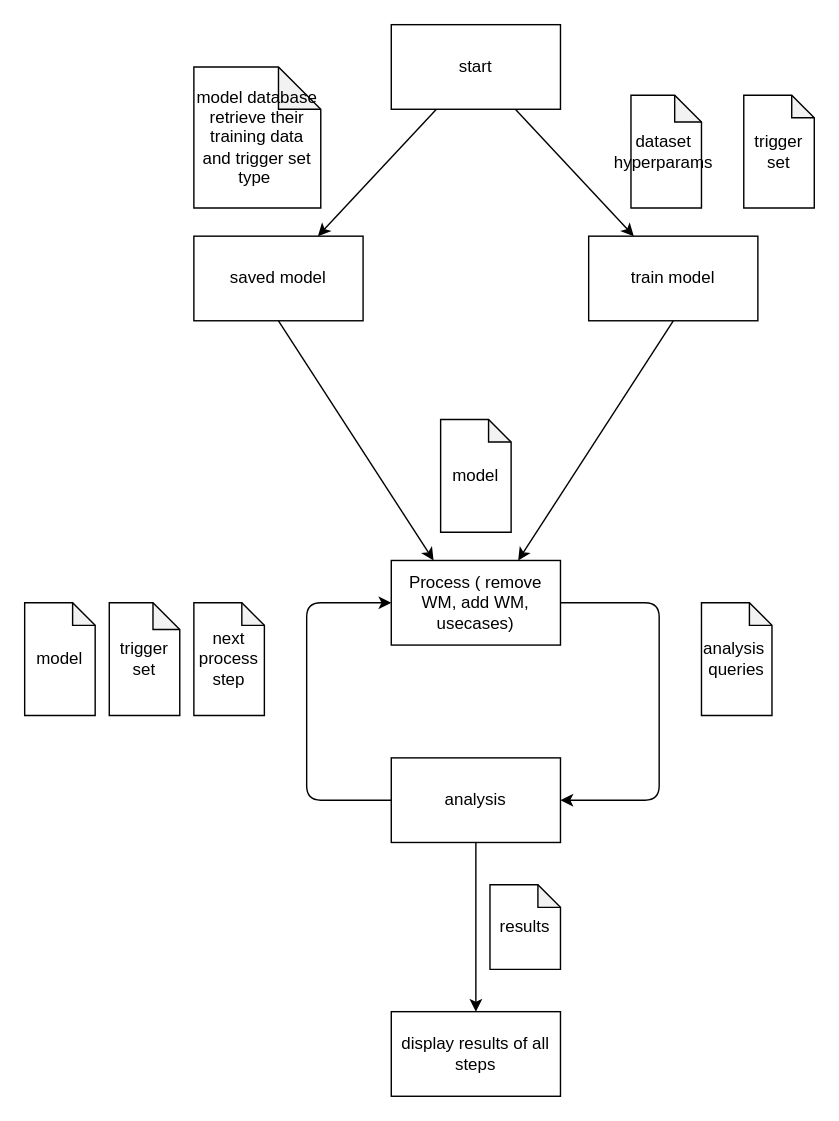
Before: page "main automata" (2 of 3) of master-0.drawio in remigodet/watermarking, a draw.io diagram. Source tidied: cells renumbered, new cells numbered last; positions are measured from the earlier drawing's top-left corner, leaving out a move shared by most shapes. Both pictures are drawn from the tidied source at 141%, with x=0, y=0 at pixel (24, 24).
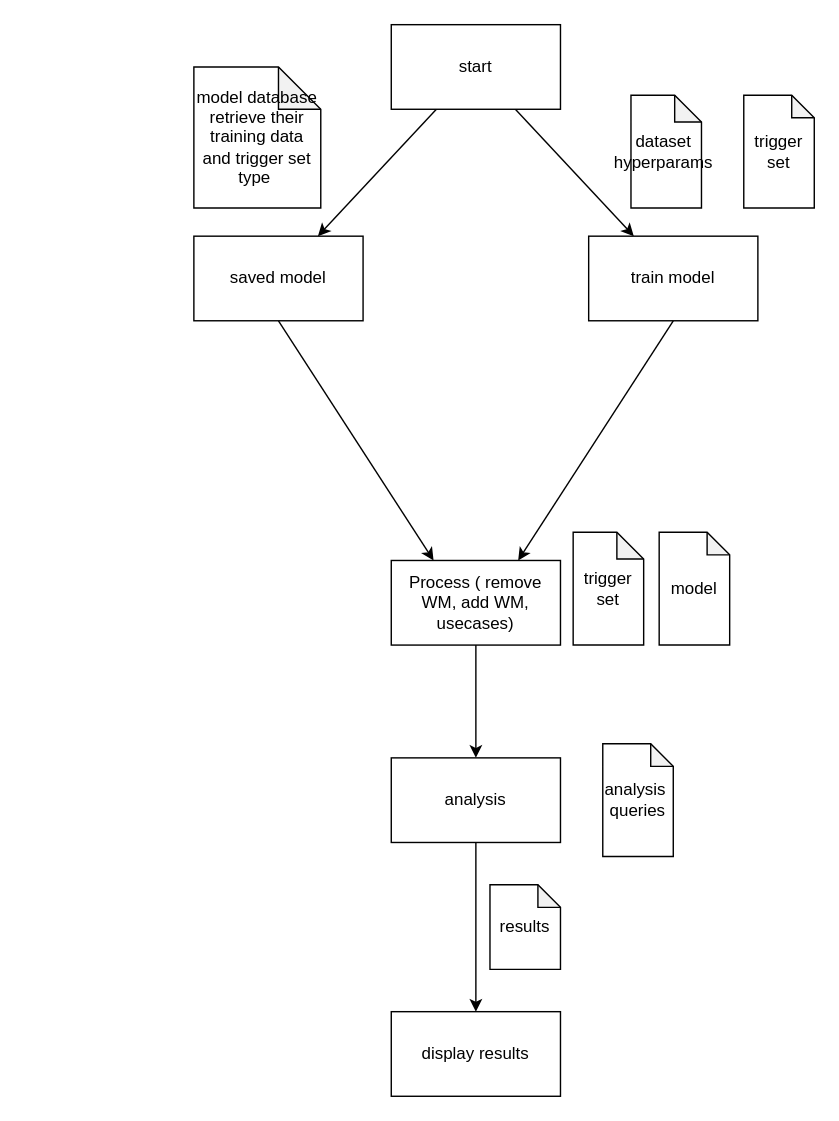
Above is the later version.

The change refers to these unchanged cells:
```xml
<mxCell id="13" value="Process ( remove WM, add WM, usecases)" style="whiteSpace=wrap;html=1;" parent="1" vertex="1">
  <mxGeometry x="260" y="380" width="120" height="60" as="geometry" />
</mxCell>
<mxCell id="17" value="analysis" style="whiteSpace=wrap;html=1;" parent="1" vertex="1">
  <mxGeometry x="260" y="520" width="120" height="60" as="geometry" />
</mxCell>
```

What changed in the source:
```diff
@@
     <mxCell id="10" value="model" style="shape=note;whiteSpace=wrap;html=1;backgroundOutline=1;darkOpacity=0.05;size=16;" parent="1" vertex="1">
-      <mxGeometry x="295" y="280" width="50" height="80" as="geometry" />
+      <mxGeometry x="450" y="360" width="50" height="80" as="geometry" />
     </mxCell>
@@
-    <mxCell id="12" style="edgeStyle=none;html=1;exitX=1;exitY=0.5;exitDx=0;exitDy=0;entryX=1;entryY=0.5;entryDx=0;entryDy=0;" parent="1" edge="1" source="13" target="17">
+    <mxCell id="12" style="edgeStyle=none;html=1;exitX=0.5;exitY=1;exitDx=0;exitDy=0;entryX=0.5;entryY=0;entryDx=0;entryDy=0;" parent="1" edge="1" source="13" target="17">
       <mxGeometry relative="1" as="geometry">
         <Array as="points">
-          <mxPoint x="450" y="410" />
-          <mxPoint x="450" y="550" />
+          <mxPoint x="320" y="460" />
         </Array>
       </mxGeometry>
     </mxCell>
@@
     <mxCell id="14" value="trigger set" style="shape=note;whiteSpace=wrap;html=1;backgroundOutline=1;darkOpacity=0.05;size=19;" parent="1" vertex="1">
-      <mxGeometry x="60" y="410" width="50" height="80" as="geometry" />
+      <mxGeometry x="389" y="360" width="50" height="80" as="geometry" />
     </mxCell>
@@
-    <mxCell id="16" style="edgeStyle=none;html=1;exitX=0;exitY=0.5;exitDx=0;exitDy=0;entryX=0;entryY=0.5;entryDx=0;entryDy=0;" parent="1" edge="1" source="17" target="13">
-      <mxGeometry relative="1" as="geometry">
-        <Array as="points">
-          <mxPoint x="200" y="550" />
-          <mxPoint x="200" y="410" />
-        </Array>
-      </mxGeometry>
-    </mxCell>
@@
-    <mxCell id="18" value="display results of all steps" style="whiteSpace=wrap;html=1;" parent="1" vertex="1">
+    <mxCell id="18" value="display results" style="whiteSpace=wrap;html=1;" parent="1" vertex="1">
       <mxGeometry x="260" y="700" width="120" height="60" as="geometry" />
     </mxCell>
@@
-    <mxCell id="20" value="model" style="shape=note;whiteSpace=wrap;html=1;backgroundOutline=1;darkOpacity=0.05;size=16;" parent="1" vertex="1">
-      <mxGeometry y="410" width="50" height="80" as="geometry" />
-    </mxCell>
     <mxCell id="21" value="analysis&amp;nbsp;&lt;br&gt;queries" style="shape=note;whiteSpace=wrap;html=1;backgroundOutline=1;darkOpacity=0.05;size=16;" parent="1" vertex="1">
-      <mxGeometry x="480" y="410" width="50" height="80" as="geometry" />
+      <mxGeometry x="410" y="510" width="50" height="80" as="geometry" />
     </mxCell>
-    <mxCell id="22" value="next process step" style="shape=note;whiteSpace=wrap;html=1;backgroundOutline=1;darkOpacity=0.05;size=16;" parent="1" vertex="1">
-      <mxGeometry x="120" y="410" width="50" height="80" as="geometry" />
-    </mxCell>
```
